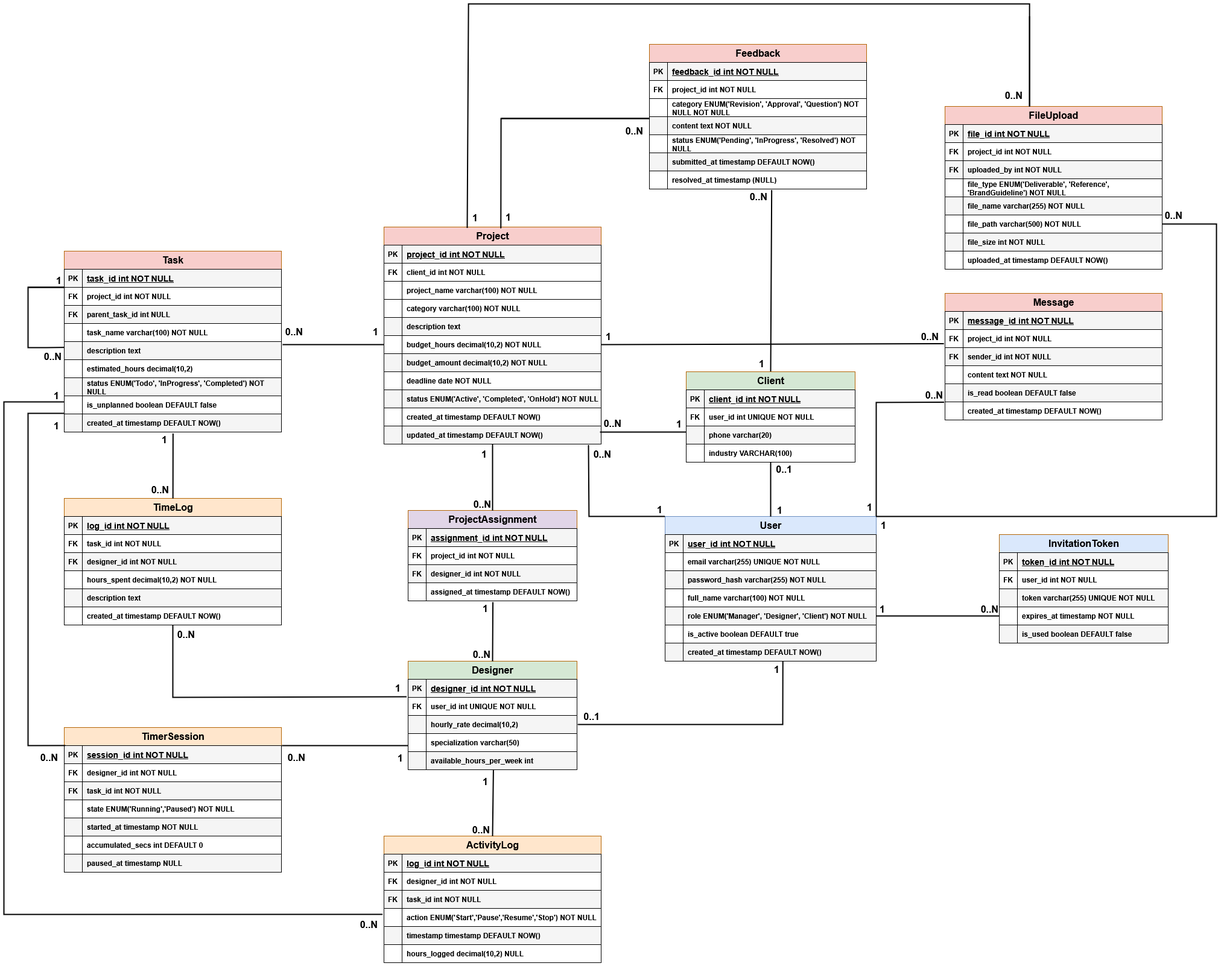
Earlier version of the draw.io export docs/diagrams/EntityRealtionship.drawio.png (mahdi000666/DesignFlow). Source tidied: cells renumbered, new cells last; positions are measured from the earlier drawing's top-left corner, leaving out a move shared by most shapes.
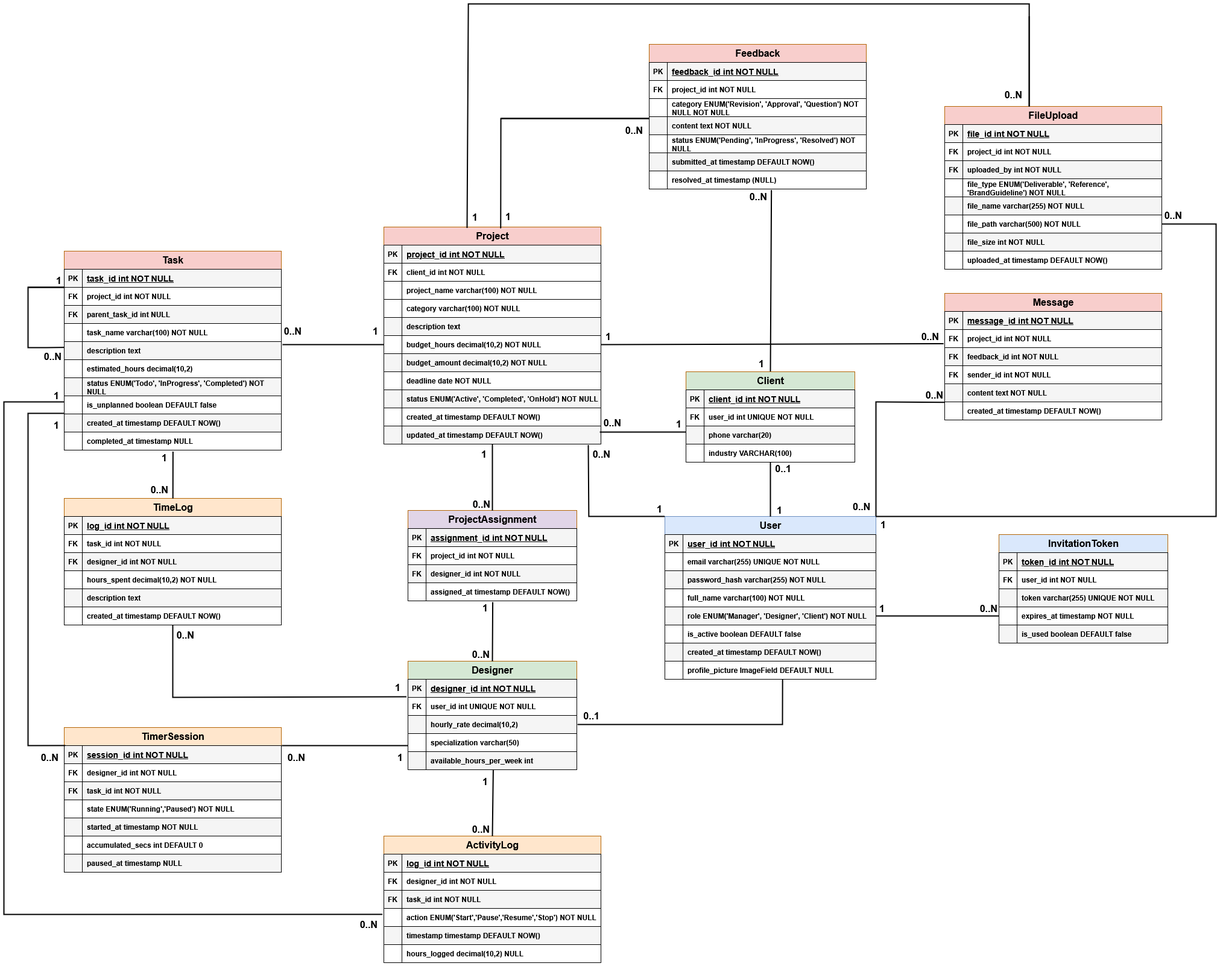
The same diagram one commit later.

The edit, as a diff of the source:
```diff
@@ -125,7 +125,7 @@
     <mxCell id="42" value="PK" style="shape=partialRectangle;fillColor=#F5F5F5;top=1;left=1;bottom=1;right=1;fontStyle=1;overflow=hidden;whiteSpace=wrap;html=1;" parent="41" vertex="1">
       <mxGeometry width="30" height="30" as="geometry" />
     </mxCell>
-    <mxCell id="43" value="message_id int NOT NULL" style="shape=partialRectangle;fillColor=#F5F5F5;top=1;left=1;bottom=1;right=1;align=left;spacingLeft=6;fontStyle=5;overflow=hidden;whiteSpace=wrap;html=1;colspan=4;fontSize=14;" parent="41" vertex="1">
+    <mxCell id="43" value="message_id int NOT NULL" style="shape=partialRectangle;fillColor=light-dark(#f5f5f5, #1a1a1a);top=1;left=1;bottom=1;right=1;align=left;spacingLeft=6;fontStyle=5;overflow=hidden;whiteSpace=wrap;html=1;colspan=4;fontSize=14;" parent="41" vertex="1">
       <mxGeometry x="30" width="330" height="30" as="geometry" />
     </mxCell>
     <mxCell id="44" style="shape=tableRow;horizontal=0;startSize=0;swimlaneHead=0;swimlaneBody=0;fillColor=none;points=[[0,0.5],[1,0.5]];portConstraint=eastwest;top=0;left=0;right=0;bottom=0;fontStyle=1;" parent="40" vertex="1">
@@ -137,33 +137,33 @@
     <mxCell id="46" value="project_id int NOT NULL" style="shape=partialRectangle;top=1;left=1;bottom=1;right=1;align=left;spacingLeft=6;overflow=hidden;whiteSpace=wrap;html=1;fontStyle=1;" parent="44" vertex="1">
       <mxGeometry x="30" width="330" height="30" as="geometry" />
     </mxCell>
+    <mxCell id="333" style="shape=tableRow;horizontal=0;startSize=0;swimlaneHead=0;swimlaneBody=0;fillColor=none;top=0;left=0;right=0;bottom=0;fontStyle=1;" parent="40" vertex="1">
+      <mxGeometry y="90" width="360" height="30" as="geometry" />
+    </mxCell>
+    <mxCell id="334" value="&lt;b&gt;FK&lt;/b&gt;" style="shape=partialRectangle;top=1;left=1;bottom=1;right=1;overflow=hidden;whiteSpace=wrap;html=1;fillColor=light-dark(#f5f5f5, #ededed);" parent="333" vertex="1">
+      <mxGeometry width="30" height="30" as="geometry" />
+    </mxCell>
+    <mxCell id="335" value="feedback_id int NOT NULL" style="shape=partialRectangle;top=1;left=1;bottom=1;right=1;align=left;spacingLeft=6;overflow=hidden;whiteSpace=wrap;html=1;fontStyle=1;fillColor=light-dark(#f5f5f5, #ededed);" parent="333" vertex="1">
+      <mxGeometry x="30" width="330" height="30" as="geometry" />
+    </mxCell>
     <mxCell id="47" style="shape=tableRow;horizontal=0;startSize=0;swimlaneHead=0;swimlaneBody=0;fillColor=none;top=0;left=0;right=0;bottom=0;" parent="40" vertex="1">
-      <mxGeometry y="90" width="360" height="30" as="geometry" />
+      <mxGeometry y="120" width="360" height="30" as="geometry" />
     </mxCell>
-    <mxCell id="48" value="&lt;b&gt;FK&lt;/b&gt;" style="shape=partialRectangle;top=1;left=1;bottom=1;right=1;overflow=hidden;whiteSpace=wrap;html=1;fillColor=#F5F5F5;" parent="47" vertex="1">
+    <mxCell id="48" value="&lt;b&gt;FK&lt;/b&gt;" style="shape=partialRectangle;top=1;left=1;bottom=1;right=1;overflow=hidden;whiteSpace=wrap;html=1;fillColor=#FFFFFF;" parent="47" vertex="1">
       <mxGeometry width="30" height="30" as="geometry" />
     </mxCell>
-    <mxCell id="49" value="sender_id int NOT NULL" style="shape=partialRectangle;top=1;left=1;bottom=1;right=1;align=left;spacingLeft=6;overflow=hidden;whiteSpace=wrap;html=1;fontStyle=1;fillColor=#F5F5F5;" parent="47" vertex="1">
+    <mxCell id="49" value="sender_id int NOT NULL" style="shape=partialRectangle;top=1;left=1;bottom=1;right=1;align=left;spacingLeft=6;overflow=hidden;whiteSpace=wrap;html=1;fontStyle=1;fillColor=#FFFFFF;" parent="47" vertex="1">
       <mxGeometry x="30" width="330" height="30" as="geometry" />
     </mxCell>
     <mxCell id="50" style="shape=tableRow;horizontal=0;startSize=0;swimlaneHead=0;swimlaneBody=0;fillColor=none;top=0;left=0;right=0;bottom=0;" parent="40" vertex="1">
-      <mxGeometry y="120" width="360" height="30" as="geometry" />
+      <mxGeometry y="150" width="360" height="30" as="geometry" />
     </mxCell>
-    <mxCell id="51" style="shape=partialRectangle;top=1;left=1;bottom=1;right=1;overflow=hidden;whiteSpace=wrap;html=1;" parent="50" vertex="1">
+    <mxCell id="51" style="shape=partialRectangle;top=1;left=1;bottom=1;right=1;overflow=hidden;whiteSpace=wrap;html=1;fillColor=light-dark(#f5f5f5, #ededed);" parent="50" vertex="1">
       <mxGeometry width="30" height="30" as="geometry" />
     </mxCell>
-    <mxCell id="52" value="content text NOT NULL" style="shape=partialRectangle;top=1;left=1;bottom=1;right=1;align=left;spacingLeft=6;overflow=hidden;whiteSpace=wrap;html=1;fontStyle=1;" parent="50" vertex="1">
+    <mxCell id="52" value="content text NOT NULL" style="shape=partialRectangle;top=1;left=1;bottom=1;right=1;align=left;spacingLeft=6;overflow=hidden;whiteSpace=wrap;html=1;fontStyle=1;fillColor=light-dark(#f5f5f5, #ededed);" parent="50" vertex="1">
       <mxGeometry x="30" width="330" height="30" as="geometry" />
     </mxCell>
-    <mxCell id="53" style="shape=tableRow;horizontal=0;startSize=0;swimlaneHead=0;swimlaneBody=0;fillColor=none;points=[[0,0.5],[1,0.5]];portConstraint=eastwest;top=0;left=0;right=0;bottom=0;" parent="40" vertex="1">
-      <mxGeometry y="150" width="360" height="30" as="geometry" />
-    </mxCell>
-    <mxCell id="54" style="shape=partialRectangle;top=1;left=1;bottom=1;right=1;overflow=hidden;whiteSpace=wrap;html=1;fillColor=#F5F5F5;" parent="53" vertex="1">
-      <mxGeometry width="30" height="30" as="geometry" />
-    </mxCell>
-    <mxCell id="55" value="is_read boolean DEFAULT false" style="shape=partialRectangle;top=1;left=1;bottom=1;right=1;align=left;spacingLeft=6;overflow=hidden;whiteSpace=wrap;html=1;fontStyle=1;fillColor=#F5F5F5;" parent="53" vertex="1">
-      <mxGeometry x="30" width="330" height="30" as="geometry" />
-    </mxCell>
     <mxCell id="56" style="shape=tableRow;horizontal=0;startSize=0;swimlaneHead=0;swimlaneBody=0;fillColor=none;points=[[0,0.5],[1,0.5]];portConstraint=eastwest;top=0;left=0;right=0;bottom=0;" parent="40" vertex="1">
       <mxGeometry y="180" width="360" height="30" as="geometry" />
     </mxCell>
@@ -447,7 +447,7 @@
       <mxGeometry x="30" width="330" height="30" as="geometry" />
     </mxCell>
     <mxCell id="150" value="Task" style="shape=table;startSize=30;rowLines=1;fontStyle=1;align=center;html=1;labelBackgroundColor=none;labelBorderColor=none;swimlaneFillColor=default;fillColor=#F8CECC;strokeColor=#b46504;fillStyle=auto;columnLines=1;fontSize=16;" parent="1" vertex="1">
-      <mxGeometry x="100" y="410" width="360" height="300" as="geometry" />
+      <mxGeometry x="100" y="410" width="360" height="330" as="geometry" />
     </mxCell>
     <mxCell id="151" style="shape=tableRow;horizontal=0;startSize=0;swimlaneHead=0;swimlaneBody=0;fillColor=none;top=0;left=0;right=0;bottom=1;" parent="150" vertex="1">
       <mxGeometry y="30" width="360" height="30" as="geometry" />
@@ -521,13 +521,22 @@
     <mxCell id="174" value="is_unplanned boolean DEFAULT false" style="shape=partialRectangle;top=1;left=1;bottom=1;right=1;align=left;spacingLeft=6;overflow=hidden;whiteSpace=wrap;html=1;fontStyle=1;" parent="172" vertex="1">
       <mxGeometry x="30" width="330" height="30" as="geometry" />
     </mxCell>
+    <mxCell id="336" style="shape=tableRow;horizontal=0;startSize=0;swimlaneHead=0;swimlaneBody=0;fillColor=none;top=0;left=0;right=0;bottom=0;" parent="150" vertex="1">
+      <mxGeometry y="270" width="360" height="30" as="geometry" />
+    </mxCell>
+    <mxCell id="337" style="shape=partialRectangle;top=1;left=1;bottom=1;right=1;overflow=hidden;whiteSpace=wrap;html=1;fillColor=#F5F5F5;" parent="336" vertex="1">
+      <mxGeometry width="30" height="30" as="geometry" />
+    </mxCell>
+    <mxCell id="338" value="created_at timestamp DEFAULT NOW()" style="shape=partialRectangle;top=1;left=1;bottom=1;right=1;align=left;spacingLeft=6;overflow=hidden;whiteSpace=wrap;html=1;fontStyle=1;fillColor=#F5F5F5;" parent="336" vertex="1">
+      <mxGeometry x="30" width="330" height="30" as="geometry" />
+    </mxCell>
     <mxCell id="175" style="shape=tableRow;horizontal=0;startSize=0;swimlaneHead=0;swimlaneBody=0;fillColor=none;points=[[0,0.5],[1,0.5]];portConstraint=eastwest;top=0;left=0;right=0;bottom=0;" parent="150" vertex="1">
-      <mxGeometry y="270" width="360" height="30" as="geometry" />
+      <mxGeometry y="300" width="360" height="30" as="geometry" />
     </mxCell>
-    <mxCell id="176" style="shape=partialRectangle;top=1;left=1;bottom=1;right=1;overflow=hidden;whiteSpace=wrap;html=1;fillColor=#F5F5F5;" parent="175" vertex="1">
+    <mxCell id="176" style="shape=partialRectangle;top=1;left=1;bottom=1;right=1;overflow=hidden;whiteSpace=wrap;html=1;" parent="175" vertex="1">
       <mxGeometry width="30" height="30" as="geometry" />
     </mxCell>
-    <mxCell id="177" value="created_at timestamp DEFAULT NOW()" style="shape=partialRectangle;top=1;left=1;bottom=1;right=1;align=left;spacingLeft=6;overflow=hidden;whiteSpace=wrap;html=1;fontStyle=1;fillColor=#F5F5F5;" parent="175" vertex="1">
+    <mxCell id="177" value="completed_at timestamp NULL" style="shape=partialRectangle;top=1;left=1;bottom=1;right=1;align=left;spacingLeft=6;overflow=hidden;whiteSpace=wrap;html=1;fontStyle=1;" parent="175" vertex="1">
       <mxGeometry x="30" width="330" height="30" as="geometry" />
     </mxCell>
     <mxCell id="178" style="endArrow=none;html=1;rounded=0;fontFamily=Helvetica;fontSize=12;fontColor=default;fontStyle=1;labelBorderColor=none;labelBackgroundColor=none;strokeWidth=2;exitX=1;exitY=0.5;exitDx=0;exitDy=0;entryX=0;entryY=0.5;entryDx=0;entryDy=0;" parent="1" edge="1" source="231" target="12">
@@ -696,7 +705,7 @@
       </mxGeometry>
     </mxCell>
     <mxCell id="218" value="&lt;font style=&quot;font-size: 16px;&quot;&gt;User&lt;/font&gt;" style="shape=table;startSize=30;rowLines=1;fontStyle=1;align=center;html=1;points=[[0,0,0,0,0],[0,0.25,0,0,0],[0,0.5,0,0,0],[0,0.75,0,0,0],[0,1,0,0,0],[0.25,0,0,0,0],[0.25,1,0,0,0],[0.5,0,0,0,0],[0.5,1,0,0,0],[0.75,0,0,0,0],[0.75,1,0,0,0],[1,0,0,0,0],[1,0.25,0,0,0],[1,0.5,0,0,0],[1,0.75,0,0,0],[1,1,0,0,0]];labelBackgroundColor=none;labelBorderColor=none;swimlaneFillColor=default;fillColor=#dae8fc;strokeColor=#6c8ebf;gradientColor=none;fillStyle=auto;columnLines=1;" parent="1" vertex="1">
-      <mxGeometry x="1096" y="850" width="350" height="240" as="geometry" />
+      <mxGeometry x="1096" y="850" width="350" height="270" as="geometry" />
     </mxCell>
     <mxCell id="219" style="shape=tableRow;horizontal=0;startSize=0;swimlaneHead=0;swimlaneBody=0;fillColor=none;top=0;left=0;right=0;bottom=1;" parent="218" vertex="1">
       <mxGeometry y="30" width="350" height="30" as="geometry" />
@@ -749,16 +758,25 @@
     <mxCell id="235" style="shape=partialRectangle;top=1;left=1;bottom=1;right=1;overflow=hidden;whiteSpace=wrap;html=1;" parent="234" vertex="1">
       <mxGeometry width="30" height="30" as="geometry" />
     </mxCell>
-    <mxCell id="236" value="&lt;b&gt;is_active boolean DEFAULT true&lt;/b&gt;" style="shape=partialRectangle;top=1;left=1;bottom=1;right=1;align=left;spacingLeft=6;overflow=hidden;whiteSpace=wrap;html=1;" parent="234" vertex="1">
+    <mxCell id="236" value="&lt;b&gt;is_active boolean DEFAULT false&lt;/b&gt;" style="shape=partialRectangle;top=1;left=1;bottom=1;right=1;align=left;spacingLeft=6;overflow=hidden;whiteSpace=wrap;html=1;" parent="234" vertex="1">
       <mxGeometry x="30" width="320" height="30" as="geometry" />
     </mxCell>
+    <mxCell id="339" style="shape=tableRow;horizontal=0;startSize=0;swimlaneHead=0;swimlaneBody=0;fillColor=none;top=0;left=0;right=0;bottom=0;" parent="218" vertex="1">
+      <mxGeometry y="210" width="350" height="30" as="geometry" />
+    </mxCell>
+    <mxCell id="340" style="shape=partialRectangle;top=1;left=1;bottom=1;right=1;overflow=hidden;whiteSpace=wrap;html=1;fillColor=#F5F5F5;" parent="339" vertex="1">
+      <mxGeometry width="30" height="30" as="geometry" />
+    </mxCell>
+    <mxCell id="341" value="&lt;b&gt;created_at timestamp DEFAULT NOW()&lt;/b&gt;" style="shape=partialRectangle;top=1;left=1;bottom=1;right=1;align=left;spacingLeft=6;overflow=hidden;whiteSpace=wrap;html=1;fillColor=#F5F5F5;" parent="339" vertex="1">
+      <mxGeometry x="30" width="320" height="30" as="geometry" />
+    </mxCell>
     <mxCell id="237" style="shape=tableRow;horizontal=0;startSize=0;swimlaneHead=0;swimlaneBody=0;fillColor=none;top=0;left=0;right=0;bottom=0;" parent="218" vertex="1">
-      <mxGeometry y="210" width="350" height="30" as="geometry" />
+      <mxGeometry y="240" width="350" height="30" as="geometry" />
     </mxCell>
-    <mxCell id="238" style="shape=partialRectangle;top=1;left=1;bottom=1;right=1;overflow=hidden;whiteSpace=wrap;html=1;fillColor=#F5F5F5;" parent="237" vertex="1">
+    <mxCell id="238" style="shape=partialRectangle;top=1;left=1;bottom=1;right=1;overflow=hidden;whiteSpace=wrap;html=1;" parent="237" vertex="1">
       <mxGeometry width="30" height="30" as="geometry" />
     </mxCell>
-    <mxCell id="239" value="&lt;b&gt;created_at timestamp DEFAULT NOW()&lt;/b&gt;" style="shape=partialRectangle;top=1;left=1;bottom=1;right=1;align=left;spacingLeft=6;overflow=hidden;whiteSpace=wrap;html=1;fillColor=#F5F5F5;" parent="237" vertex="1">
+    <mxCell id="239" value="&lt;b&gt;profile_picture&amp;nbsp;ImageField DEFAULT NULL&lt;/b&gt;" style="shape=partialRectangle;top=1;left=1;bottom=1;right=1;align=left;spacingLeft=6;overflow=hidden;whiteSpace=wrap;html=1;" parent="237" vertex="1">
       <mxGeometry x="30" width="320" height="30" as="geometry" />
     </mxCell>
     <mxCell id="240" value="Client" style="shape=table;startSize=30;rowLines=1;fontStyle=1;align=center;html=1;points=[[0,0,0,0,0],[0,0.25,0,0,0],[0,0.5,0,0,0],[0,0.75,0,0,0],[0,1,0,0,0],[0.25,0,0,0,0],[0.25,1,0,0,0],[0.5,0,0,0,0],[0.5,1,0,0,0],[0.75,0,0,0,0],[0.75,1,0,0,0],[1,0,0,0,0],[1,0.25,0,0,0],[1,0.5,0,0,0],[1,0.75,0,0,0],[1,1,0,0,0]];labelBackgroundColor=none;labelBorderColor=none;swimlaneFillColor=default;fillColor=#D5E8D4;strokeColor=#b46504;fillStyle=auto;columnLines=1;fontSize=16;" parent="1" vertex="1">
@@ -845,10 +863,10 @@
         <mxPoint x="37" y="25" as="offset" />
       </mxGeometry>
     </mxCell>
-    <mxCell id="262" style="endArrow=none;html=1;rounded=0;fontFamily=Helvetica;fontSize=12;fontColor=default;fontStyle=1;labelBorderColor=none;labelBackgroundColor=none;strokeWidth=2;exitX=1;exitY=0;exitDx=0;exitDy=0;exitPerimeter=0;entryX=-0.004;entryY=1.018;entryDx=0;entryDy=0;entryPerimeter=0;" parent="1" edge="1" source="218" target="53">
+    <mxCell id="262" style="endArrow=none;html=1;rounded=0;fontFamily=Helvetica;fontSize=12;fontColor=default;fontStyle=1;labelBorderColor=none;labelBackgroundColor=none;strokeWidth=2;exitX=1;exitY=0;exitDx=0;exitDy=0;exitPerimeter=0;entryX=-0.001;entryY=0.026;entryDx=0;entryDy=0;entryPerimeter=0;" parent="1" edge="1" source="218" target="56">
       <mxGeometry relative="1" as="geometry">
         <Array as="points">
-          <mxPoint x="1446" y="661" />
+          <mxPoint x="1446" y="660" />
         </Array>
       </mxGeometry>
     </mxCell>
@@ -871,9 +889,9 @@
         </Array>
       </mxGeometry>
     </mxCell>
-    <mxCell id="266" value="1" style="html=1;whiteSpace=wrap;align=left;verticalAlign=bottom;fillStyle=auto;strokeColor=#6c8ebf;swimlaneFillColor=default;fontFamily=Helvetica;fontSize=16;fontColor=default;fontStyle=1;labelBorderColor=none;labelBackgroundColor=none;fillColor=#dae8fc;gradientColor=none;" parent="265" vertex="1">
+    <mxCell id="266" value="0..N" style="html=1;whiteSpace=wrap;align=left;verticalAlign=bottom;fillStyle=auto;strokeColor=#6c8ebf;swimlaneFillColor=default;fontFamily=Helvetica;fontSize=16;fontColor=default;fontStyle=1;labelBorderColor=none;labelBackgroundColor=none;fillColor=#dae8fc;gradientColor=none;" parent="265" vertex="1">
       <mxGeometry x="-1" relative="1" as="geometry">
-        <mxPoint x="-17" y="-6" as="offset" />
+        <mxPoint x="-40" y="-6" as="offset" />
       </mxGeometry>
     </mxCell>
     <mxCell id="267" value="0..N" style="html=1;whiteSpace=wrap;align=right;verticalAlign=bottom;fillStyle=auto;strokeColor=#6c8ebf;swimlaneFillColor=default;fontFamily=Helvetica;fontSize=16;fontColor=default;fontStyle=1;labelBorderColor=none;labelBackgroundColor=none;fillColor=#dae8fc;gradientColor=none;" parent="265" vertex="1">
```
